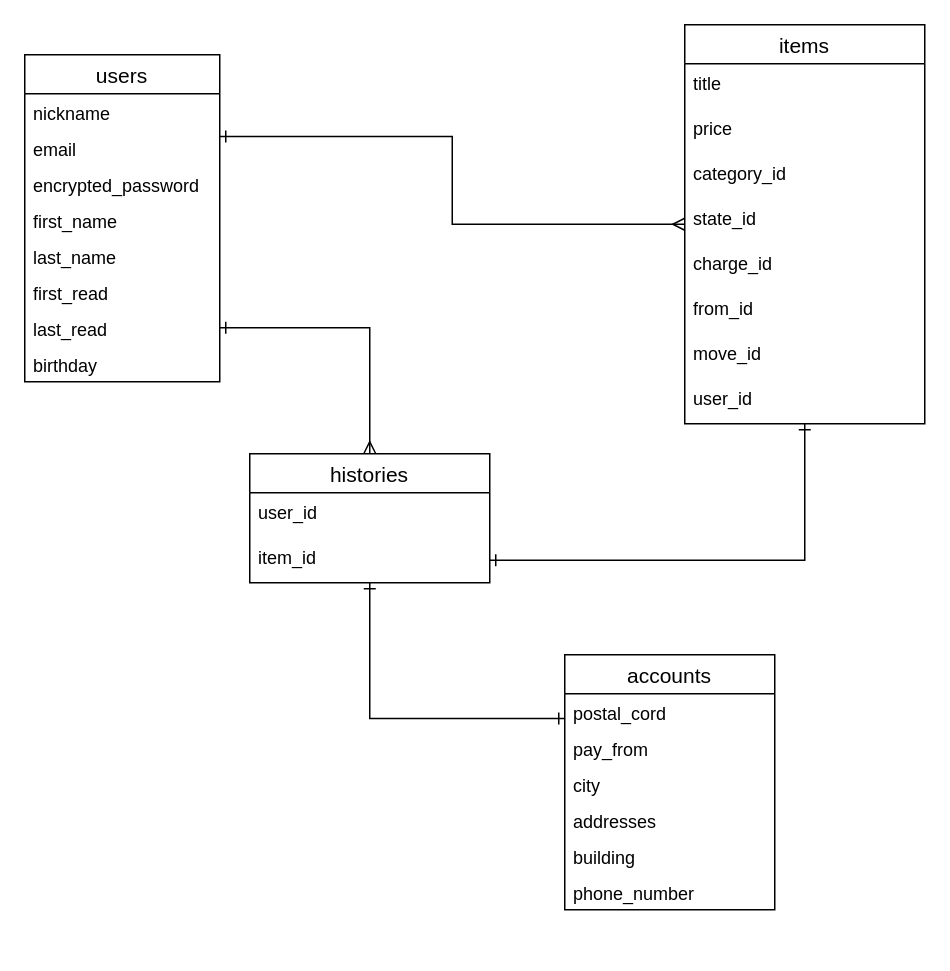
This is furima.dio from kawabegenki/furima-35218, a draw.io file, before an edit. Source tidied: cells renumbered, new cells numbered last; positions are measured from the earlier drawing's top-left corner, leaving out a move shared by most shapes. Both pictures are drawn from the tidied source at 150%, with x=0, y=0 at pixel (24, 24).
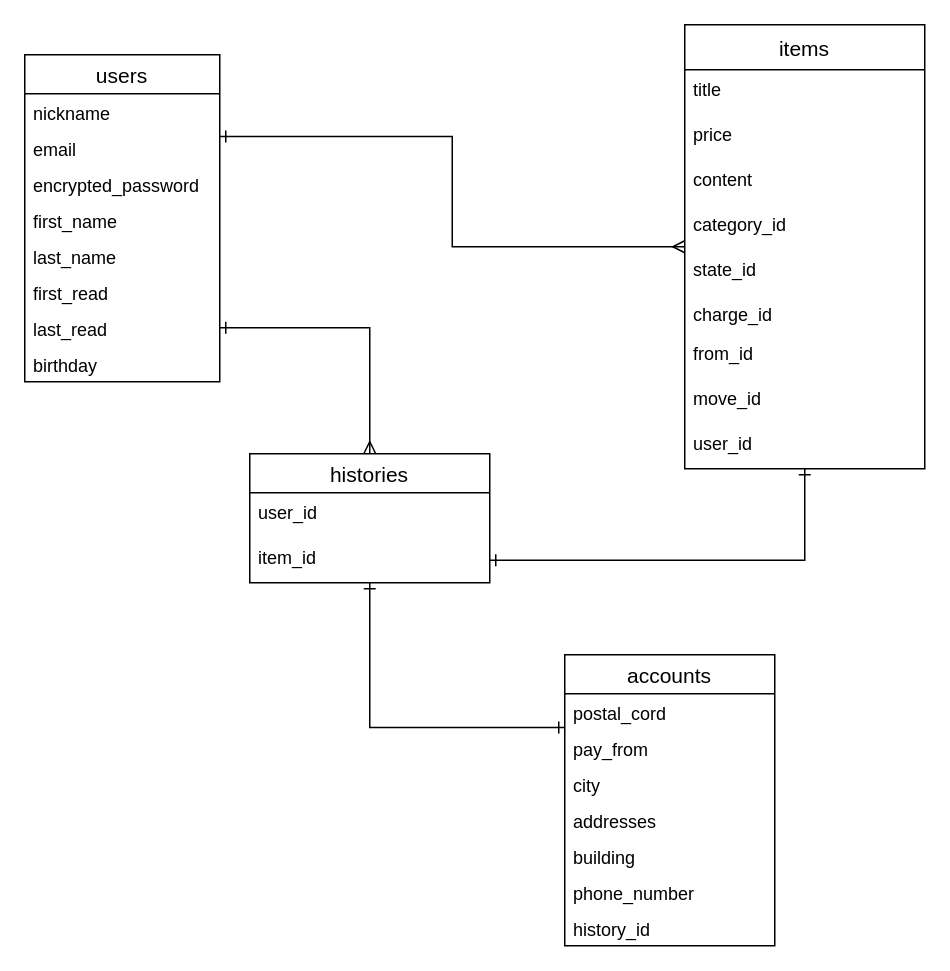
The same page after the edit.

Diff of the diagram source:
```diff
@@
-    <mxCell id="12" value="items" style="swimlane;fontStyle=0;horizontal=1;startSize=26;align=center;fontSize=14;" parent="1" vertex="1">
-      <mxGeometry x="440" width="160" height="266" as="geometry" />
+    <mxCell id="12" value="items" style="swimlane;fontStyle=0;horizontal=1;startSize=30;align=center;fontSize=14;" parent="1" vertex="1">
+      <mxGeometry x="440" width="160" height="296" as="geometry" />
     </mxCell>
     <mxCell id="13" value="title" style="text;strokeColor=none;fillColor=none;spacingLeft=4;spacingRight=4;overflow=hidden;fontSize=12;" parent="12" vertex="1">
-      <mxGeometry y="26" width="160" height="30" as="geometry" />
+      <mxGeometry y="30" width="160" height="30" as="geometry" />
     </mxCell>
     <mxCell id="14" value="price" style="text;strokeColor=none;fillColor=none;spacingLeft=4;spacingRight=4;overflow=hidden;fontSize=12;" parent="12" vertex="1">
-      <mxGeometry y="56" width="160" height="30" as="geometry" />
+      <mxGeometry y="60" width="160" height="30" as="geometry" />
     </mxCell>
+    <mxCell id="34" value="content" style="text;strokeColor=none;fillColor=none;spacingLeft=4;spacingRight=4;overflow=hidden;fontSize=12;" parent="12" vertex="1">
+      <mxGeometry y="90" width="160" height="30" as="geometry" />
+    </mxCell>
     <mxCell id="15" value="category_id" style="text;strokeColor=none;fillColor=none;spacingLeft=4;spacingRight=4;overflow=hidden;fontSize=12;" parent="12" vertex="1">
-      <mxGeometry y="86" width="160" height="30" as="geometry" />
+      <mxGeometry y="120" width="160" height="30" as="geometry" />
     </mxCell>
     <mxCell id="16" value="state_id" style="text;strokeColor=none;fillColor=none;spacingLeft=4;spacingRight=4;overflow=hidden;fontSize=12;" parent="12" vertex="1">
-      <mxGeometry y="116" width="160" height="30" as="geometry" />
+      <mxGeometry y="150" width="160" height="30" as="geometry" />
     </mxCell>
     <mxCell id="17" value="charge_id" style="text;strokeColor=none;fillColor=none;spacingLeft=4;spacingRight=4;overflow=hidden;fontSize=12;" parent="12" vertex="1">
-      <mxGeometry y="146" width="160" height="30" as="geometry" />
+      <mxGeometry y="180" width="160" height="26" as="geometry" />
     </mxCell>
     <mxCell id="18" value="from_id" style="text;strokeColor=none;fillColor=none;spacingLeft=4;spacingRight=4;overflow=hidden;fontSize=12;" parent="12" vertex="1">
-      <mxGeometry y="176" width="160" height="30" as="geometry" />
+      <mxGeometry y="206" width="160" height="30" as="geometry" />
     </mxCell>
     <mxCell id="19" value="move_id" style="text;strokeColor=none;fillColor=none;spacingLeft=4;spacingRight=4;overflow=hidden;fontSize=12;" parent="12" vertex="1">
-      <mxGeometry y="206" width="160" height="30" as="geometry" />
+      <mxGeometry y="236" width="160" height="30" as="geometry" />
     </mxCell>
     <mxCell id="20" value="user_id&#10;" style="text;strokeColor=none;fillColor=none;spacingLeft=4;spacingRight=4;overflow=hidden;fontSize=12;" parent="12" vertex="1">
-      <mxGeometry y="236" width="160" height="30" as="geometry" />
+      <mxGeometry y="266" width="160" height="30" as="geometry" />
     </mxCell>
@@
     <mxCell id="26" value="accounts" style="swimlane;fontStyle=0;horizontal=1;startSize=26;align=center;fontSize=14;" parent="1" vertex="1">
-      <mxGeometry x="360" y="420" width="140" height="170" as="geometry" />
+      <mxGeometry x="360" y="420" width="140" height="194" as="geometry" />
     </mxCell>
@@
+    <mxCell id="35" value="history_id" style="text;strokeColor=none;fillColor=none;spacingLeft=4;spacingRight=4;overflow=hidden;fontSize=12;" parent="26" vertex="1">
+      <mxGeometry y="170" width="140" height="24" as="geometry" />
+    </mxCell>
```
